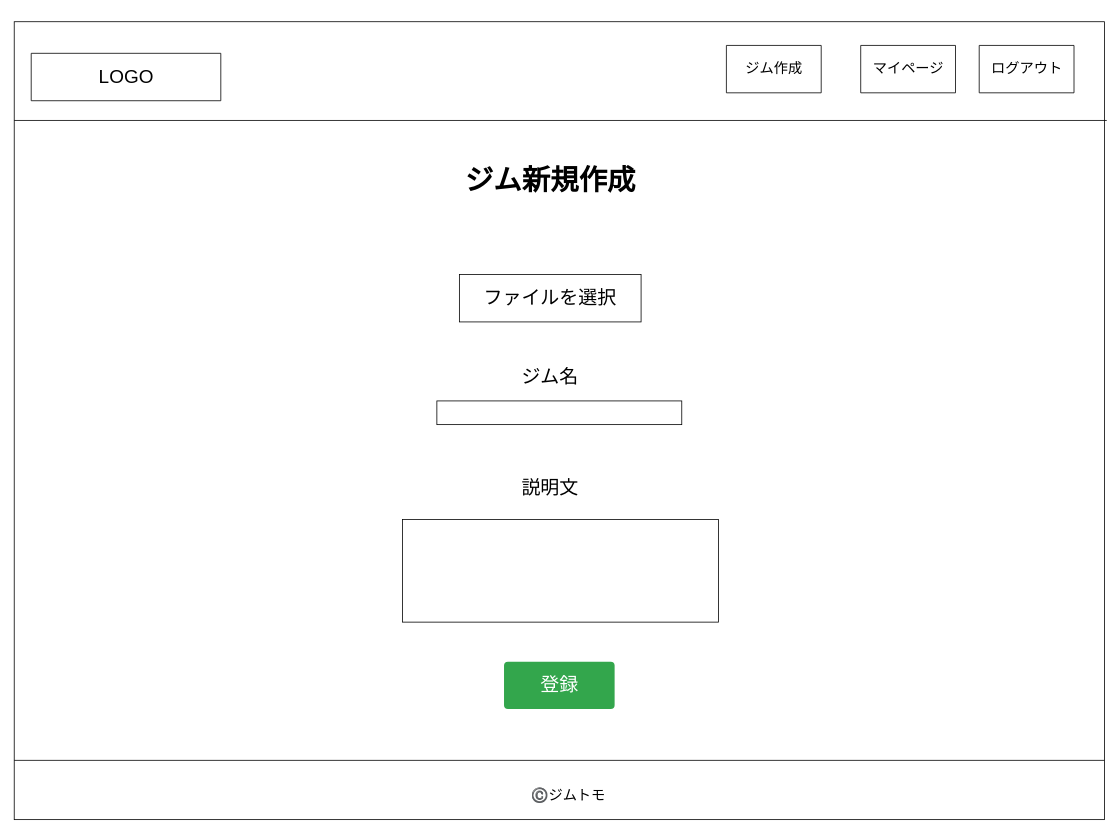
This is page "ジム作成" (6 of 10) of 名称未設定ファイル.drawio from 74905/kintore_app, a draw.io file, before an edit. Source tidied: cells renumbered, new cells numbered last; positions are measured from the earlier drawing's top-left corner, leaving out a move shared by most shapes. Both pictures are drawn from the tidied source at 79%, with x=0, y=0 at pixel (13, 21).
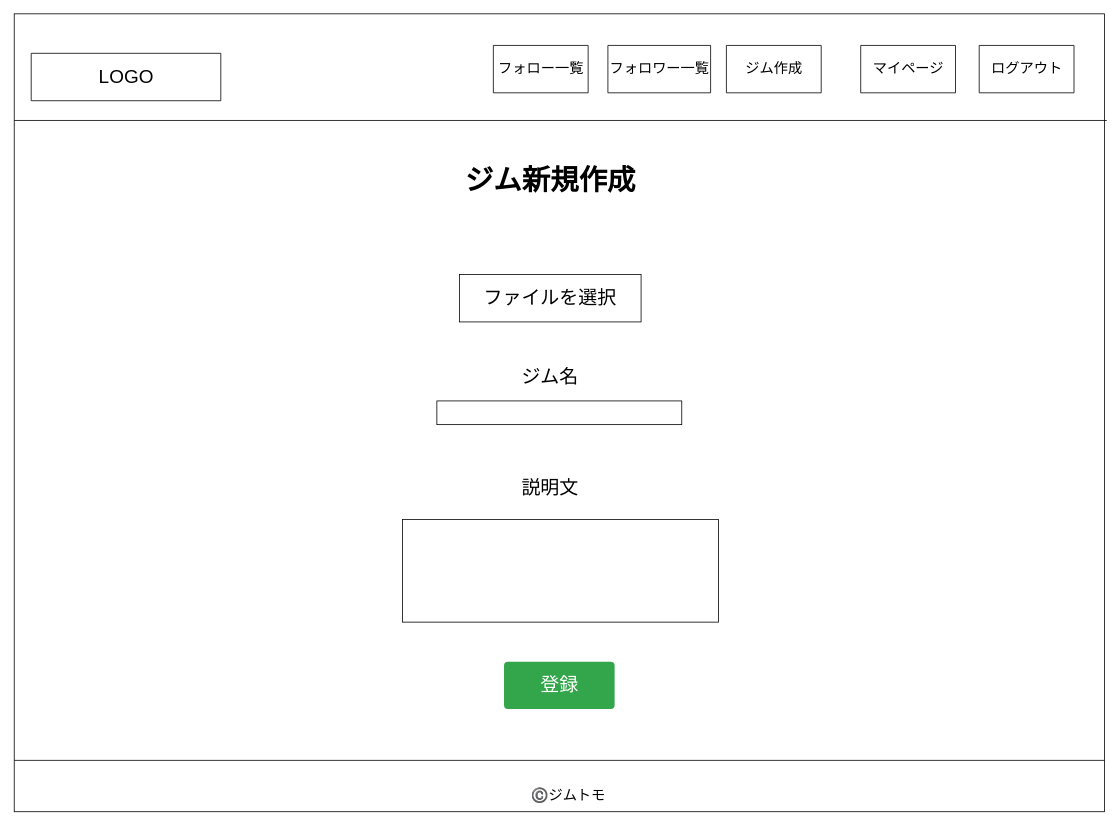
After the change.

What changed in the source:
```diff
@@
 <mxGraphModel>
   <root>
     <mxCell id="0" />
     <mxCell id="1" parent="0" />
     <mxCell id="2" style="rounded=0;whiteSpace=wrap;html=1;fillColor=none;" parent="1" vertex="1">
-      <mxGeometry x="0.5" width="1380" height="1010" as="geometry" />
+      <mxGeometry x="0.5" y="-10" width="1380" height="1010" as="geometry" />
     </mxCell>
     <mxCell id="3" style="line;strokeWidth=1;dashed=0;labelPosition=right;align=left;verticalAlign=middle;spacingTop=0;spacingLeft=6;fillColor=none;" parent="1" vertex="1">
       <mxGeometry x="0.5" y="930" width="1380" height="10" as="geometry" />
     </mxCell>
     <mxCell id="4" value="&lt;font style=&quot;font-size: 18px&quot;&gt;©️ジムトモ&lt;/font&gt;" style="text;html=1;strokeColor=none;fillColor=none;align=center;verticalAlign=middle;whiteSpace=wrap;rounded=0;" parent="1" vertex="1">
       <mxGeometry x="642" y="970" width="120" height="20" as="geometry" />
     </mxCell>
     <mxCell id="5" style="line;strokeWidth=1;dashed=0;labelPosition=right;align=left;verticalAlign=middle;spacingTop=0;spacingLeft=6;fillColor=none;" parent="1" vertex="1">
       <mxGeometry x="0.5" y="120" width="1383" height="10" as="geometry" />
     </mxCell>
     <mxCell id="6" value="&lt;font style=&quot;font-size: 24px&quot;&gt;LOGO&lt;/font&gt;" style="verticalLabelPosition=middle;verticalAlign=middle;html=1;shape=mxgraph.basic.rect;fillColor2=none;strokeWidth=1;size=20;indent=5;align=center;labelPosition=center;" parent="1" vertex="1">
       <mxGeometry x="22" y="40" width="240" height="60" as="geometry" />
     </mxCell>
     <mxCell id="7" value="&lt;span style=&quot;font-size: 18px&quot;&gt;ジム作成&lt;/span&gt;" style="verticalLabelPosition=middle;verticalAlign=middle;html=1;shape=mxgraph.basic.rect;fillColor2=none;strokeWidth=1;size=20;indent=5;align=center;labelPosition=center;" parent="1" vertex="1">
       <mxGeometry x="902" y="30" width="120" height="60" as="geometry" />
     </mxCell>
     <mxCell id="8" value="&lt;span style=&quot;font-size: 18px&quot;&gt;マイページ&lt;/span&gt;" style="verticalLabelPosition=middle;verticalAlign=middle;html=1;shape=mxgraph.basic.rect;fillColor2=none;strokeWidth=1;size=20;indent=5;align=center;labelPosition=center;" parent="1" vertex="1">
       <mxGeometry x="1072" y="30" width="120" height="60" as="geometry" />
     </mxCell>
     <mxCell id="9" value="&lt;span style=&quot;font-size: 18px&quot;&gt;ログアウト&lt;br&gt;&lt;/span&gt;" style="verticalLabelPosition=middle;verticalAlign=middle;html=1;shape=mxgraph.basic.rect;fillColor2=none;strokeWidth=1;size=20;indent=5;align=center;labelPosition=center;" parent="1" vertex="1">
       <mxGeometry x="1222" y="30" width="120" height="60" as="geometry" />
     </mxCell>
     <mxCell id="10" value="&lt;font style=&quot;font-size: 36px&quot;&gt;ジム新規作成&lt;/font&gt;" style="text;strokeColor=none;fillColor=none;html=1;fontSize=24;fontStyle=1;verticalAlign=middle;align=center;rounded=0;sketch=0;" parent="1" vertex="1">
       <mxGeometry x="489" y="180" width="380" height="40" as="geometry" />
     </mxCell>
     <mxCell id="11" value="&lt;font style=&quot;font-size: 24px&quot;&gt;ファイルを選択&lt;/font&gt;" style="rounded=0;whiteSpace=wrap;html=1;sketch=0;" parent="1" vertex="1">
       <mxGeometry x="564" y="320" width="230" height="60" as="geometry" />
     </mxCell>
     <mxCell id="12" value="&lt;font style=&quot;font-size: 24px&quot;&gt;ジム名&lt;/font&gt;" style="text;html=1;strokeColor=none;fillColor=none;align=center;verticalAlign=middle;whiteSpace=wrap;rounded=0;sketch=0;" parent="1" vertex="1">
       <mxGeometry x="584" y="440" width="190" height="20" as="geometry" />
     </mxCell>
     <mxCell id="13" style="rounded=0;whiteSpace=wrap;html=1;sketch=0;" parent="1" vertex="1">
       <mxGeometry x="535.5" y="480" width="310" height="30" as="geometry" />
     </mxCell>
     <mxCell id="14" value="&lt;font style=&quot;font-size: 24px&quot;&gt;説明文&lt;/font&gt;" style="text;html=1;strokeColor=none;fillColor=none;align=center;verticalAlign=middle;whiteSpace=wrap;rounded=0;sketch=0;" parent="1" vertex="1">
       <mxGeometry x="619" y="580" width="120" height="20" as="geometry" />
     </mxCell>
     <mxCell id="15" style="rounded=0;whiteSpace=wrap;html=1;sketch=0;" parent="1" vertex="1">
       <mxGeometry x="492" y="630" width="400" height="130" as="geometry" />
     </mxCell>
     <mxCell id="16" value="&lt;font style=&quot;font-size: 24px&quot;&gt;登録&lt;/font&gt;" style="html=1;shadow=0;dashed=0;shape=mxgraph.bootstrap.rrect;rSize=5;strokeColor=none;strokeWidth=1;fillColor=#33A64C;fontColor=#FFFFFF;whiteSpace=wrap;align=center;verticalAlign=middle;spacingLeft=0;fontStyle=0;fontSize=16;spacing=5;rounded=0;sketch=0;" parent="1" vertex="1">
       <mxGeometry x="620.5" y="810" width="140" height="60" as="geometry" />
     </mxCell>
+    <mxCell id="17" value="&lt;span style=&quot;font-size: 18px&quot;&gt;フォロー一覧&lt;br&gt;&lt;/span&gt;" style="verticalLabelPosition=middle;verticalAlign=middle;html=1;shape=mxgraph.basic.rect;fillColor2=none;strokeWidth=1;size=20;indent=5;align=center;labelPosition=center;" parent="1" vertex="1">
+      <mxGeometry x="607" y="30" width="120" height="60" as="geometry" />
+    </mxCell>
+    <mxCell id="18" value="&lt;span style=&quot;font-size: 18px&quot;&gt;フォロワー一覧&lt;/span&gt;" style="verticalLabelPosition=middle;verticalAlign=middle;html=1;shape=mxgraph.basic.rect;fillColor2=none;strokeWidth=1;size=20;indent=5;align=center;labelPosition=center;" parent="1" vertex="1">
+      <mxGeometry x="752" y="30" width="130" height="60" as="geometry" />
+    </mxCell>
   </root>
 </mxGraphModel>
```
